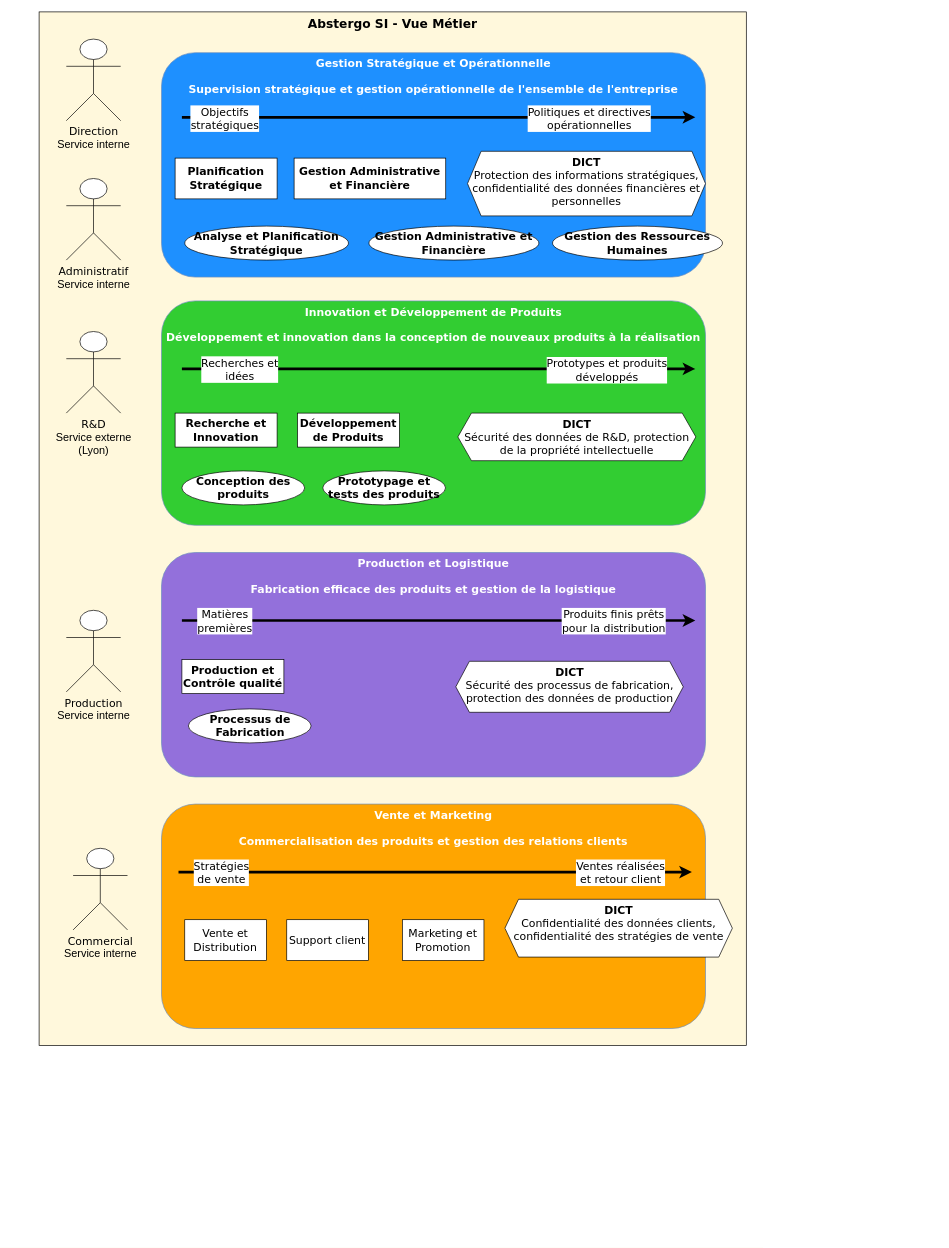
Above: Vue_Métier_v2.drawio in CharifMah/AbstergoAnimus (draw.io), before the change. Source tidied: cells renumbered, new cells numbered last; positions are measured from the earlier drawing's top-left corner, leaving out a move shared by most shapes. Both pictures are drawn from the tidied source at 68%, with x=0, y=0 at pixel (39, 12).
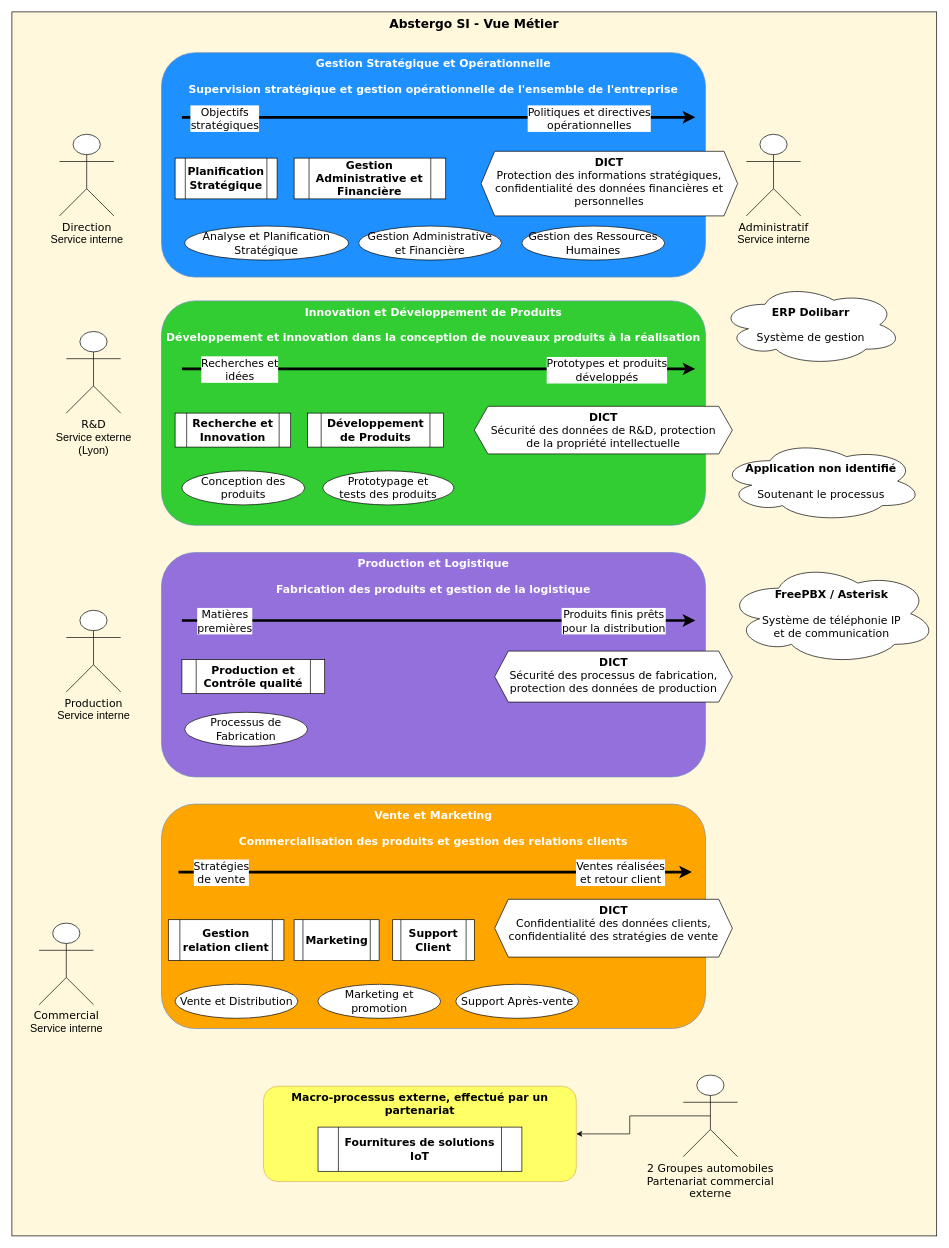
The same diagram, later.

Commit message (it also covers changes not shown here):
Mettre à jour Vue_Métier_v2.drawio

Diff of the diagram source:
```diff
@@
     <mxCell id="2" value="&lt;font size=&quot;1&quot;&gt;&lt;b style=&quot;font-size: 18px;&quot;&gt;Abstergo SI - Vue Métier&lt;/b&gt;&lt;/font&gt;" style="rounded=0;whiteSpace=wrap;html=1;verticalAlign=top;fillColor=#FFF8DC;fontFamily=Verdana;" parent="1" vertex="1">
-      <mxGeometry width="1040" height="1520" as="geometry" />
+      <mxGeometry x="-40" width="1360" height="1800" as="geometry" />
     </mxCell>
@@
-    <mxCell id="5" value="&lt;font style=&quot;font-size: 16px;&quot;&gt;Production et Logistique&lt;br style=&quot;font-size: 16px;&quot;&gt;&lt;br style=&quot;font-size: 16px;&quot;&gt;&lt;/font&gt;&lt;font style=&quot;font-size: 16px;&quot;&gt;Fabrication efficace des produits et gestion de la logistique&lt;font style=&quot;font-size: 16px;&quot;&gt;&lt;font style=&quot;font-size: 16px;&quot;&gt;&lt;br style=&quot;font-size: 16px;&quot;&gt;&lt;/font&gt;&lt;/font&gt;&lt;/font&gt;" style="rounded=1;whiteSpace=wrap;html=1;fillColor=#9370DB;strokeColor=#6c8ebf;fontStyle=1;fontColor=#FFFFFF;verticalAlign=top;fontFamily=Verdana;fontSize=16;" parent="1" vertex="1">
+    <mxCell id="5" value="&lt;font style=&quot;font-size: 16px;&quot;&gt;Production et Logistique&lt;br style=&quot;font-size: 16px;&quot;&gt;&lt;br style=&quot;font-size: 16px;&quot;&gt;&lt;/font&gt;&lt;font style=&quot;font-size: 16px;&quot;&gt;Fabrication des produits et gestion de la logistique&lt;font style=&quot;font-size: 16px;&quot;&gt;&lt;font style=&quot;font-size: 16px;&quot;&gt;&lt;br style=&quot;font-size: 16px;&quot;&gt;&lt;/font&gt;&lt;/font&gt;&lt;/font&gt;" style="rounded=1;whiteSpace=wrap;html=1;fillColor=#9370DB;strokeColor=#6c8ebf;fontStyle=1;fontColor=#FFFFFF;verticalAlign=top;fontFamily=Verdana;fontSize=16;" parent="1" vertex="1">
       <mxGeometry x="180" y="795" width="800" height="330" as="geometry" />
     </mxCell>
@@
-    <mxCell id="7" value="Planification Stratégique" style="rounded=0;whiteSpace=wrap;html=1;fontStyle=1;fontSize=16;fontFamily=Verdana;" parent="1" vertex="1">
+    <mxCell id="7" value="Planification Stratégique" style="shape=process;whiteSpace=wrap;html=1;fontStyle=1;fontSize=16;fontFamily=Verdana;" parent="1" vertex="1">
       <mxGeometry x="200" y="215" width="150" height="60" as="geometry" />
     </mxCell>
-    <mxCell id="8" value="Gestion Administrative et Financière" style="rounded=0;whiteSpace=wrap;html=1;fontSize=16;fontStyle=1;fontFamily=Verdana;" parent="1" vertex="1">
+    <mxCell id="8" value="Gestion Administrative et Financière" style="shape=process;whiteSpace=wrap;html=1;fontSize=16;fontStyle=1;fontFamily=Verdana;" parent="1" vertex="1">
       <mxGeometry x="375" y="215" width="223" height="60" as="geometry" />
     </mxCell>
-    <mxCell id="9" value="Recherche et Innovation" style="rounded=0;whiteSpace=wrap;html=1;fontSize=16;fontStyle=1;fontFamily=Verdana;" parent="1" vertex="1">
-      <mxGeometry x="200" y="590" width="150" height="50" as="geometry" />
+    <mxCell id="9" value="Recherche et Innovation" style="shape=process;whiteSpace=wrap;html=1;fontSize=16;fontStyle=1;fontFamily=Verdana;" parent="1" vertex="1">
+      <mxGeometry x="200" y="590" width="170" height="50" as="geometry" />
     </mxCell>
-    <mxCell id="10" value="Développement de Produits" style="rounded=0;whiteSpace=wrap;html=1;fontSize=16;fontStyle=1;fontFamily=Verdana;" parent="1" vertex="1">
-      <mxGeometry x="380" y="590" width="150" height="50" as="geometry" />
+    <mxCell id="10" value="Développement de Produits" style="shape=process;whiteSpace=wrap;html=1;fontSize=16;fontStyle=1;fontFamily=Verdana;" parent="1" vertex="1">
+      <mxGeometry x="394.8" y="590" width="200" height="50" as="geometry" />
     </mxCell>
-    <mxCell id="11" value="&lt;font style=&quot;font-size: 16px;&quot;&gt;&lt;b style=&quot;font-size: 16px;&quot;&gt;Production et Contrôle qualité&lt;/b&gt;&lt;/font&gt;" style="rounded=0;whiteSpace=wrap;html=1;fontFamily=Verdana;fontSize=16;" parent="1" vertex="1">
-      <mxGeometry x="210" y="952.5" width="150" height="50" as="geometry" />
+    <mxCell id="11" value="&lt;font style=&quot;font-size: 16px;&quot;&gt;&lt;b style=&quot;font-size: 16px;&quot;&gt;Production et Contrôle qualité&lt;/b&gt;&lt;/font&gt;" style="shape=process;whiteSpace=wrap;html=1;fontFamily=Verdana;fontSize=16;" parent="1" vertex="1">
+      <mxGeometry x="210" y="952.5" width="210" height="50" as="geometry" />
     </mxCell>
-    <mxCell id="12" value="Vente et Distribution" style="rounded=0;whiteSpace=wrap;html=1;fontFamily=Verdana;fontSize=16;" parent="1" vertex="1">
-      <mxGeometry x="214.2" y="1335" width="120" height="60" as="geometry" />
-    </mxCell>
-    <mxCell id="13" value="Marketing et Promotion" style="rounded=0;whiteSpace=wrap;html=1;fontFamily=Verdana;fontSize=16;" parent="1" vertex="1">
-      <mxGeometry x="534.2" y="1335" width="120" height="60" as="geometry" />
+    <mxCell id="13" value="&lt;b&gt;Support Client&lt;/b&gt;" style="shape=process;whiteSpace=wrap;html=1;fontFamily=Verdana;fontSize=16;" parent="1" vertex="1">
+      <mxGeometry x="520" y="1335" width="120" height="60" as="geometry" />
     </mxCell>
-    <mxCell id="14" value="Support client" style="rounded=0;whiteSpace=wrap;html=1;fontFamily=Verdana;fontSize=16;" parent="1" vertex="1">
-      <mxGeometry x="364.2" y="1335" width="120" height="60" as="geometry" />
+    <mxCell id="14" value="&lt;b&gt;Marketing&lt;/b&gt;" style="shape=process;whiteSpace=wrap;html=1;fontFamily=Verdana;fontSize=16;" parent="1" vertex="1">
+      <mxGeometry x="375" y="1335" width="125" height="60" as="geometry" />
     </mxCell>
-    <mxCell id="15" value="Analyse et Planification Stratégique" style="ellipse;whiteSpace=wrap;html=1;fontSize=16;fontStyle=1;fontFamily=Verdana;" parent="1" vertex="1">
+    <mxCell id="15" value="Analyse et Planification &#10;Stratégique" style="ellipse;fontSize=16;fontFamily=Verdana;whiteSpace=wrap;" parent="1" vertex="1">
       <mxGeometry x="214.2" y="315" width="240.8" height="50" as="geometry" />
     </mxCell>
-    <mxCell id="16" value="Gestion Administrative et Financière" style="ellipse;whiteSpace=wrap;html=1;fontSize=16;fontStyle=1;fontFamily=Verdana;" parent="1" vertex="1">
-      <mxGeometry x="485" y="315" width="250" height="50" as="geometry" />
+    <mxCell id="16" value="Gestion Administrative &#10;et Financière" style="ellipse;fontSize=16;whiteSpace=wrap;fontFamily=Verdana;" parent="1" vertex="1">
+      <mxGeometry x="470" y="315" width="210" height="50" as="geometry" />
     </mxCell>
-    <mxCell id="17" value="Gestion des Ressources Humaines" style="ellipse;whiteSpace=wrap;html=1;fontSize=16;fontStyle=1;fontFamily=Verdana;" parent="1" vertex="1">
-      <mxGeometry x="755" y="315" width="250" height="50" as="geometry" />
+    <mxCell id="17" value="Gestion des Ressources Humaines" style="ellipse;fontSize=16;whiteSpace=wrap;fontFamily=Verdana;" parent="1" vertex="1">
+      <mxGeometry x="710" y="315" width="210" height="50" as="geometry" />
     </mxCell>
-    <mxCell id="18" value="&lt;b&gt;&lt;font style=&quot;font-size: 16px;&quot;&gt;&lt;span style=&quot;font-size: 16px;&quot;&gt;Conception des produits&lt;/span&gt;&lt;/font&gt;&lt;/b&gt;" style="ellipse;whiteSpace=wrap;html=1;fontFamily=Verdana;fontSize=16;" parent="1" vertex="1">
+    <mxCell id="18" value="&lt;font style=&quot;font-size: 16px;&quot;&gt;&lt;span style=&quot;font-size: 16px;&quot;&gt;Conception des produits&lt;/span&gt;&lt;/font&gt;" style="ellipse;whiteSpace=wrap;html=1;fontFamily=Verdana;fontSize=16;" parent="1" vertex="1">
       <mxGeometry x="210" y="675" width="180.5" height="50" as="geometry" />
     </mxCell>
-    <mxCell id="19" value="&lt;b&gt;&lt;font style=&quot;font-size: 16px;&quot;&gt;&lt;span style=&quot;font-size: 16px;&quot;&gt;Prototypage et tests des produits&lt;/span&gt;&lt;/font&gt;&lt;/b&gt;" style="ellipse;whiteSpace=wrap;html=1;fontFamily=Verdana;fontSize=16;" parent="1" vertex="1">
-      <mxGeometry x="417.2" y="675" width="180.5" height="50" as="geometry" />
+    <mxCell id="19" value="&lt;font style=&quot;font-size: 16px;&quot;&gt;&lt;span style=&quot;font-size: 16px;&quot;&gt;Prototypage et &lt;br&gt;tests des produits&lt;/span&gt;&lt;/font&gt;" style="ellipse;whiteSpace=wrap;html=1;fontFamily=Verdana;fontSize=16;" parent="1" vertex="1">
+      <mxGeometry x="417.2" y="675" width="192.8" height="50" as="geometry" />
     </mxCell>
-    <mxCell id="20" value="&lt;font style=&quot;font-size: 16px;&quot;&gt;&lt;b style=&quot;font-size: 16px;&quot;&gt;Processus de Fabrication&lt;/b&gt;&lt;/font&gt;" style="ellipse;whiteSpace=wrap;html=1;fontFamily=Verdana;fontSize=16;" parent="1" vertex="1">
-      <mxGeometry x="219.5" y="1025" width="180.5" height="50" as="geometry" />
+    <mxCell id="20" value="&lt;font style=&quot;font-size: 16px;&quot;&gt;&lt;span style=&quot;font-size: 16px;&quot;&gt;Processus de Fabrication&lt;/span&gt;&lt;/font&gt;" style="ellipse;whiteSpace=wrap;html=1;fontFamily=Verdana;fontSize=16;" parent="1" vertex="1">
+      <mxGeometry x="214.2" y="1030" width="180.5" height="50" as="geometry" />
     </mxCell>
@@
     <mxCell id="24" value="&lt;font style=&quot;font-size: 16px;&quot;&gt;&lt;b style=&quot;font-size: 16px;&quot;&gt;DICT&lt;br style=&quot;font-size: 16px;&quot;&gt;&lt;/b&gt;Protection des informations stratégiques, confidentialité des données financières et personnelles&lt;br&gt;&lt;/font&gt;" style="shape=hexagon;perimeter=hexagonPerimeter2;whiteSpace=wrap;html=1;fixedSize=1;verticalAlign=top;fontFamily=Verdana;fontSize=16;" parent="1" vertex="1">
-      <mxGeometry x="630" y="205" width="350" height="95" as="geometry" />
+      <mxGeometry x="650" y="205" width="377.2" height="95" as="geometry" />
     </mxCell>
     <mxCell id="25" value="&lt;font style=&quot;font-size: 16px;&quot;&gt;&lt;b style=&quot;font-size: 16px;&quot;&gt;DICT&lt;br style=&quot;font-size: 16px;&quot;&gt;&lt;/b&gt;Sécurité des données de R&amp;amp;D, protection &lt;br style=&quot;font-size: 16px;&quot;&gt;de la propriété intellectuelle&lt;br style=&quot;font-size: 16px;&quot;&gt;&lt;/font&gt;" style="shape=hexagon;perimeter=hexagonPerimeter2;whiteSpace=wrap;html=1;fixedSize=1;verticalAlign=top;fontFamily=Verdana;fontSize=16;" parent="1" vertex="1">
-      <mxGeometry x="615.8" y="590" width="350" height="70" as="geometry" />
+      <mxGeometry x="640" y="580" width="379.5" height="70" as="geometry" />
     </mxCell>
@@
     <mxCell id="29" value="&lt;font style=&quot;font-size: 16px;&quot;&gt;&lt;b style=&quot;font-size: 16px;&quot;&gt;DICT&lt;br style=&quot;font-size: 16px;&quot;&gt;&lt;/b&gt;Sécurité des processus de fabrication, &lt;br&gt;protection des données de production&lt;br style=&quot;font-size: 16px;&quot;&gt;&lt;/font&gt;" style="shape=hexagon;perimeter=hexagonPerimeter2;whiteSpace=wrap;html=1;fixedSize=1;verticalAlign=top;fontFamily=Verdana;fontSize=16;" parent="1" vertex="1">
-      <mxGeometry x="612.8" y="955" width="334.5" height="75" as="geometry" />
+      <mxGeometry x="670" y="940" width="349.5" height="75" as="geometry" />
     </mxCell>
@@
     <mxCell id="36" value="&lt;font style=&quot;font-size: 16px;&quot;&gt;&lt;b style=&quot;font-size: 16px;&quot;&gt;DICT&lt;br style=&quot;font-size: 16px;&quot;&gt;&lt;/b&gt;Confidentialité des données clients,&lt;br&gt;&lt;/font&gt;&lt;div&gt;&lt;font style=&quot;font-size: 16px;&quot;&gt;confidentialité des stratégies de vente&lt;/font&gt;&lt;/div&gt;&lt;div&gt;&lt;font style=&quot;font-size: 16px;&quot;&gt;&lt;br&gt;&lt;/font&gt;&lt;/div&gt;" style="shape=hexagon;perimeter=hexagonPerimeter2;whiteSpace=wrap;html=1;fixedSize=1;verticalAlign=top;fontFamily=Verdana;fontSize=16;" parent="1" vertex="1">
-      <mxGeometry x="685" y="1305" width="334.5" height="85" as="geometry" />
+      <mxGeometry x="670" y="1305" width="349.5" height="85" as="geometry" />
     </mxCell>
     <mxCell id="37" value="&lt;font style=&quot;font-size: 16px;&quot; face=&quot;Verdana&quot;&gt;Direction&lt;/font&gt;&lt;br&gt;&lt;font style=&quot;font-size: 16px;&quot;&gt;Service interne&lt;/font&gt;" style="shape=umlActor;verticalLabelPosition=bottom;verticalAlign=top;html=1;" parent="1" vertex="1">
-      <mxGeometry x="40" y="40" width="80" height="120" as="geometry" />
+      <mxGeometry x="30" y="180" width="80" height="120" as="geometry" />
     </mxCell>
     <mxCell id="38" value="&lt;font style=&quot;font-size: 16px;&quot; face=&quot;Verdana&quot;&gt;Administratif&lt;/font&gt;&lt;br&gt;&lt;font style=&quot;font-size: 16px;&quot;&gt;Service interne&lt;/font&gt;" style="shape=umlActor;verticalLabelPosition=bottom;verticalAlign=top;html=1;" parent="1" vertex="1">
-      <mxGeometry x="40" y="245" width="80" height="120" as="geometry" />
+      <mxGeometry x="1040" y="180" width="80" height="120" as="geometry" />
     </mxCell>
+    <mxCell id="42" style="edgeStyle=orthogonalEdgeStyle;rounded=0;jettySize=auto;html=1;exitX=0.5;exitY=0.5;exitDx=0;exitDy=0;exitPerimeter=0;entryX=1;entryY=0.5;entryDx=0;entryDy=0;" parent="1" edge="1" source="39" target="49">
+      <mxGeometry relative="1" as="geometry" />
+    </mxCell>
-    <mxCell id="39" value="&lt;font style=&quot;font-size: 16px;&quot; face=&quot;Verdana&quot;&gt;Commercial&lt;/font&gt;&lt;br&gt;&lt;font style=&quot;font-size: 16px;&quot;&gt;Service interne&lt;/font&gt;" style="shape=umlActor;verticalLabelPosition=bottom;verticalAlign=top;html=1;outlineConnect=0;" parent="1" vertex="1">
-      <mxGeometry x="50" y="1230" width="80" height="120" as="geometry" />
+    <mxCell id="39" value="&lt;font face=&quot;Verdana&quot; style=&quot;font-size: 16px;&quot;&gt;2 &lt;font style=&quot;font-size: 16px;&quot;&gt;Groupes automobiles&lt;br&gt;Partenariat commercial &lt;br&gt;externe&lt;br&gt;&lt;/font&gt;&lt;/font&gt;" style="shape=umlActor;verticalLabelPosition=bottom;verticalAlign=top;html=1;outlineConnect=0;" parent="1" vertex="1">
+      <mxGeometry x="947.2" y="1563.5" width="80" height="120" as="geometry" />
     </mxCell>
@@
+    <mxCell id="43" value="&lt;b&gt;Gestion relation client&lt;/b&gt;" style="shape=process;whiteSpace=wrap;html=1;fontFamily=Verdana;fontSize=16;" parent="1" vertex="1">
+      <mxGeometry x="190" y="1335" width="170" height="60" as="geometry" />
+    </mxCell>
+    <mxCell id="12" value="Vente et Distribution" style="ellipse;whiteSpace=wrap;html=1;fontFamily=Verdana;fontSize=16;" parent="1" vertex="1">
+      <mxGeometry x="200" y="1430" width="180.5" height="50" as="geometry" />
+    </mxCell>
+    <mxCell id="44" value="Marketing et promotion" style="ellipse;whiteSpace=wrap;html=1;fontFamily=Verdana;fontSize=16;" parent="1" vertex="1">
+      <mxGeometry x="410" y="1430" width="180.5" height="50" as="geometry" />
+    </mxCell>
+    <mxCell id="45" value="Support Après-vente" style="ellipse;whiteSpace=wrap;html=1;fontFamily=Verdana;fontSize=16;" parent="1" vertex="1">
+      <mxGeometry x="612.8" y="1430" width="180.5" height="50" as="geometry" />
+    </mxCell>
+    <mxCell id="46" value="&lt;font face=&quot;Verdana&quot; style=&quot;font-size: 16px;&quot;&gt;&lt;b&gt;ERP Dolibarr&lt;br&gt;&lt;/b&gt;&lt;br&gt;Système de gestion&lt;/font&gt;" style="ellipse;shape=cloud;whiteSpace=wrap;html=1;" parent="1" vertex="1">
+      <mxGeometry x="1000" y="400" width="270" height="120" as="geometry" />
+    </mxCell>
+    <mxCell id="47" value="&lt;font style=&quot;font-size: 16px;&quot; face=&quot;Verdana&quot;&gt;&lt;b&gt;Application non identifié&lt;br&gt;&lt;br&gt;&lt;/b&gt;Soutenant le processus&lt;b&gt;&lt;br&gt;&lt;/b&gt;&lt;/font&gt;" style="ellipse;shape=cloud;whiteSpace=wrap;html=1;" parent="1" vertex="1">
+      <mxGeometry x="1000" y="630" width="300" height="120" as="geometry" />
+    </mxCell>
+    <mxCell id="48" value="&lt;font style=&quot;font-size: 16px;&quot; face=&quot;Verdana&quot;&gt;Commercial&lt;/font&gt;&lt;br&gt;&lt;font style=&quot;font-size: 16px;&quot;&gt;Service interne&lt;/font&gt;" style="shape=umlActor;verticalLabelPosition=bottom;verticalAlign=top;html=1;" parent="1" vertex="1">
+      <mxGeometry y="1340" width="80" height="120" as="geometry" />
+    </mxCell>
+    <mxCell id="49" value="Macro-processus externe, effectué par un partenariat " style="rounded=1;whiteSpace=wrap;html=1;fillColor=#FFFF66;strokeColor=#d6b656;fontStyle=1;verticalAlign=top;fontFamily=Verdana;fontSize=16;" parent="1" vertex="1">
+      <mxGeometry x="330" y="1580" width="460" height="140" as="geometry" />
+    </mxCell>
+    <mxCell id="50" value="&lt;b&gt;Fournitures de solutions IoT&lt;br&gt;&lt;/b&gt;" style="shape=process;whiteSpace=wrap;html=1;fontFamily=Verdana;fontSize=16;" parent="1" vertex="1">
+      <mxGeometry x="410.2" y="1640" width="299.8" height="65" as="geometry" />
+    </mxCell>
+    <mxCell id="51" value="&lt;font face=&quot;Verdana&quot; style=&quot;font-size: 16px;&quot;&gt;&lt;b&gt;FreePBX / Asterisk&lt;br&gt;&lt;/b&gt;&lt;br&gt;Système de téléphonie IP &lt;br&gt;et de communication&lt;br&gt;&lt;/font&gt;" style="ellipse;shape=cloud;whiteSpace=wrap;html=1;" parent="1" vertex="1">
+      <mxGeometry x="1010" y="810" width="310.5" height="150" as="geometry" />
+    </mxCell>
```
